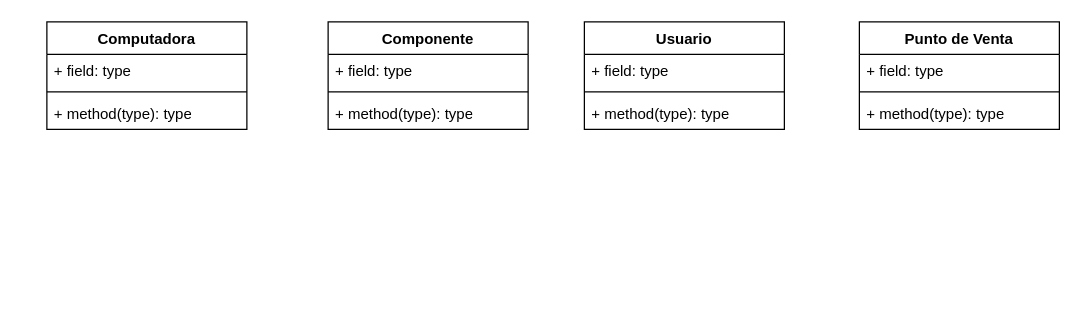
Above: Documentación/La Computadora Feliz IPC2 1S 2025.drawio in Emahch/Proyecto-1-IPC2-S2-2025 (draw.io), before the change. Source tidied: cells renumbered, new cells numbered last; positions are measured from the earlier drawing's top-left corner, leaving out a move shared by most shapes. Both pictures are drawn from the tidied source at 125%, with x=0, y=0 at pixel (46, 21).
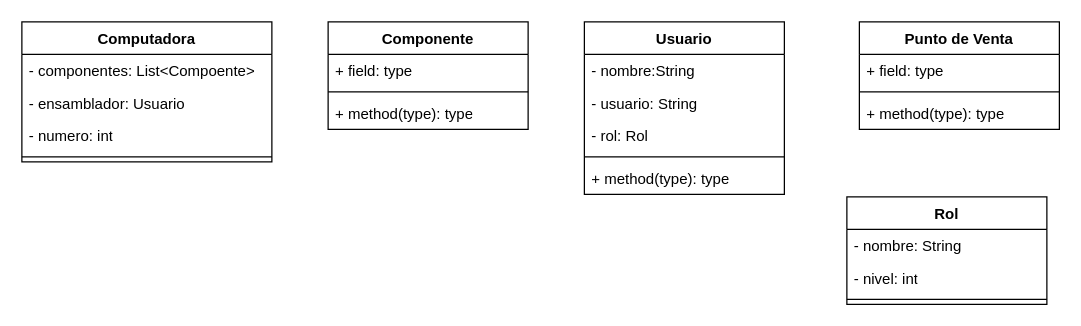
The same page after the edit.

Commit message:
Updated Diagram Class

Diff of the diagram source:
```diff
@@
     <mxCell id="2" value="Computadora" style="swimlane;fontStyle=1;align=center;verticalAlign=top;horizontal=1;startSize=26;whiteSpace=wrap;html=1;" parent="1" vertex="1">
-      <mxGeometry width="160" height="86" as="geometry" />
+      <mxGeometry x="-20" width="200" height="112" as="geometry" />
     </mxCell>
-    <mxCell id="3" value="+ field: type" style="text;strokeColor=none;fillColor=none;align=left;verticalAlign=top;spacingLeft=4;spacingRight=4;overflow=hidden;whiteSpace=wrap;html=1;" parent="2" vertex="1">
-      <mxGeometry y="26" width="160" height="26" as="geometry" />
+    <mxCell id="3" value="- componentes: List&amp;lt;Compoente&amp;gt;" style="text;strokeColor=none;fillColor=none;align=left;verticalAlign=top;spacingLeft=4;spacingRight=4;overflow=hidden;whiteSpace=wrap;html=1;" parent="2" vertex="1">
+      <mxGeometry y="26" width="200" height="26" as="geometry" />
     </mxCell>
+    <mxCell id="18" value="- ensamblador: Usuario" style="text;strokeColor=none;fillColor=none;align=left;verticalAlign=top;spacingLeft=4;spacingRight=4;overflow=hidden;whiteSpace=wrap;html=1;" parent="2" vertex="1">
+      <mxGeometry y="52" width="200" height="26" as="geometry" />
+    </mxCell>
+    <mxCell id="19" value="- numero: int" style="text;strokeColor=none;fillColor=none;align=left;verticalAlign=top;spacingLeft=4;spacingRight=4;overflow=hidden;whiteSpace=wrap;html=1;" parent="2" vertex="1">
+      <mxGeometry y="78" width="200" height="26" as="geometry" />
+    </mxCell>
     <mxCell id="4" style="line;strokeWidth=1;fillColor=none;align=left;verticalAlign=middle;spacingTop=-1;spacingLeft=3;spacingRight=3;labelPosition=right;strokeColor=inherit;" parent="2" vertex="1">
-      <mxGeometry y="52" width="160" height="8" as="geometry" />
+      <mxGeometry y="104" width="200" height="8" as="geometry" />
     </mxCell>
-    <mxCell id="5" value="+ method(type): type" style="text;strokeColor=none;fillColor=none;align=left;verticalAlign=top;spacingLeft=4;spacingRight=4;overflow=hidden;whiteSpace=wrap;html=1;" parent="2" vertex="1">
-      <mxGeometry y="60" width="160" height="26" as="geometry" />
-    </mxCell>
@@
     <mxCell id="10" value="Usuario" style="swimlane;fontStyle=1;align=center;verticalAlign=top;horizontal=1;startSize=26;whiteSpace=wrap;html=1;" parent="1" vertex="1">
-      <mxGeometry x="430" width="160" height="86" as="geometry" />
+      <mxGeometry x="430" width="160" height="138" as="geometry" />
     </mxCell>
-    <mxCell id="11" value="+ field: type" style="text;strokeColor=none;fillColor=none;align=left;verticalAlign=top;spacingLeft=4;spacingRight=4;overflow=hidden;whiteSpace=wrap;html=1;" parent="10" vertex="1">
+    <mxCell id="11" value="- nombre:String" style="text;strokeColor=none;fillColor=none;align=left;verticalAlign=top;spacingLeft=4;spacingRight=4;overflow=hidden;whiteSpace=wrap;html=1;" parent="10" vertex="1">
       <mxGeometry y="26" width="160" height="26" as="geometry" />
     </mxCell>
+    <mxCell id="20" value="- usuario: String" style="text;strokeColor=none;fillColor=none;align=left;verticalAlign=top;spacingLeft=4;spacingRight=4;overflow=hidden;whiteSpace=wrap;html=1;" parent="10" vertex="1">
+      <mxGeometry y="52" width="160" height="26" as="geometry" />
+    </mxCell>
+    <mxCell id="21" value="- rol: Rol" style="text;strokeColor=none;fillColor=none;align=left;verticalAlign=top;spacingLeft=4;spacingRight=4;overflow=hidden;whiteSpace=wrap;html=1;" parent="10" vertex="1">
+      <mxGeometry y="78" width="160" height="26" as="geometry" />
+    </mxCell>
     <mxCell id="12" style="line;strokeWidth=1;fillColor=none;align=left;verticalAlign=middle;spacingTop=-1;spacingLeft=3;spacingRight=3;labelPosition=right;strokeColor=inherit;" parent="10" vertex="1">
-      <mxGeometry y="52" width="160" height="8" as="geometry" />
+      <mxGeometry y="104" width="160" height="8" as="geometry" />
     </mxCell>
     <mxCell id="13" value="+ method(type): type" style="text;strokeColor=none;fillColor=none;align=left;verticalAlign=top;spacingLeft=4;spacingRight=4;overflow=hidden;whiteSpace=wrap;html=1;" parent="10" vertex="1">
-      <mxGeometry y="60" width="160" height="26" as="geometry" />
+      <mxGeometry y="112" width="160" height="26" as="geometry" />
     </mxCell>
@@
+    <mxCell id="22" value="Rol" style="swimlane;fontStyle=1;align=center;verticalAlign=top;horizontal=1;startSize=26;whiteSpace=wrap;html=1;" parent="1" vertex="1">
+      <mxGeometry x="640" y="140" width="160" height="86" as="geometry" />
+    </mxCell>
+    <mxCell id="23" value="- nombre: String" style="text;strokeColor=none;fillColor=none;align=left;verticalAlign=top;spacingLeft=4;spacingRight=4;overflow=hidden;whiteSpace=wrap;html=1;" parent="22" vertex="1">
+      <mxGeometry y="26" width="160" height="26" as="geometry" />
+    </mxCell>
+    <mxCell id="24" value="- nivel: int" style="text;strokeColor=none;fillColor=none;align=left;verticalAlign=top;spacingLeft=4;spacingRight=4;overflow=hidden;whiteSpace=wrap;html=1;" parent="22" vertex="1">
+      <mxGeometry y="52" width="160" height="26" as="geometry" />
+    </mxCell>
+    <mxCell id="25" style="line;strokeWidth=1;fillColor=none;align=left;verticalAlign=middle;spacingTop=-1;spacingLeft=3;spacingRight=3;labelPosition=right;strokeColor=inherit;" parent="22" vertex="1">
+      <mxGeometry y="78" width="160" height="8" as="geometry" />
+    </mxCell>
```
